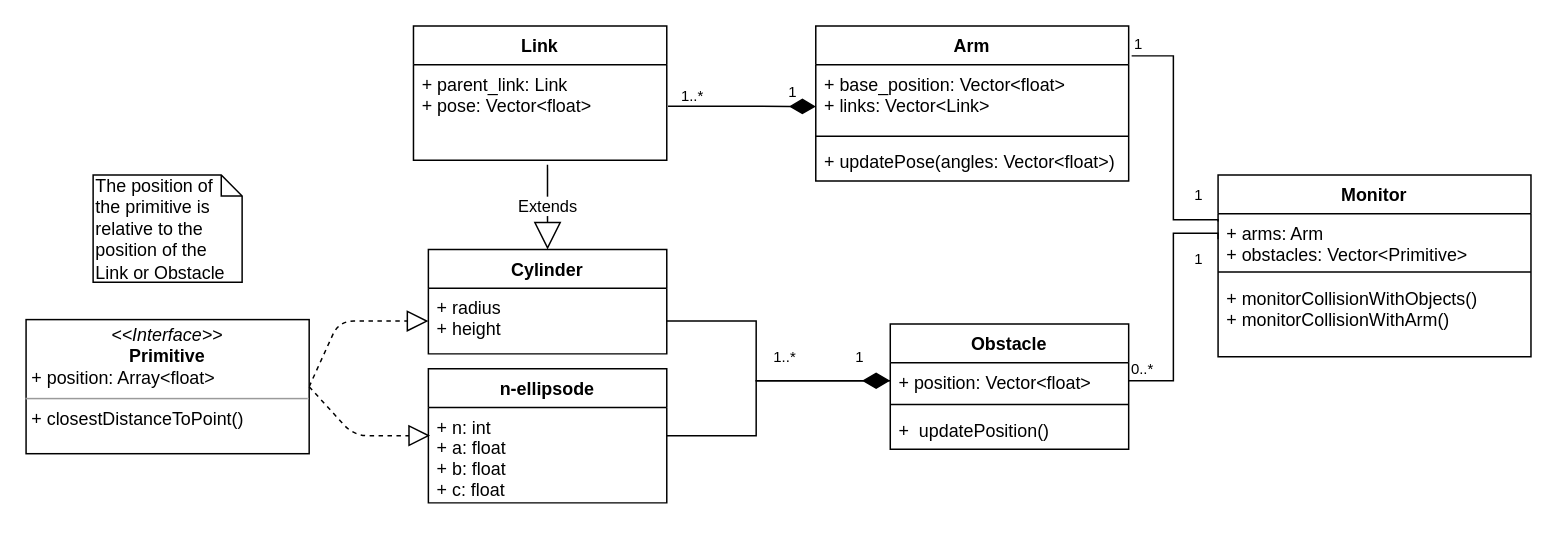
This is UML Diagrams/UML_diagram_SDP.drawio from HBRS-SDP/sdp_ss20_collision_monitoring_for_robotic_manipulators, a draw.io file, before an edit. Source tidied: cells renumbered, new cells numbered last; positions are measured from the earlier drawing's top-left corner, leaving out a move shared by most shapes. Both pictures are drawn from the tidied source at 149%, with x=0, y=0 at pixel (25, 25).
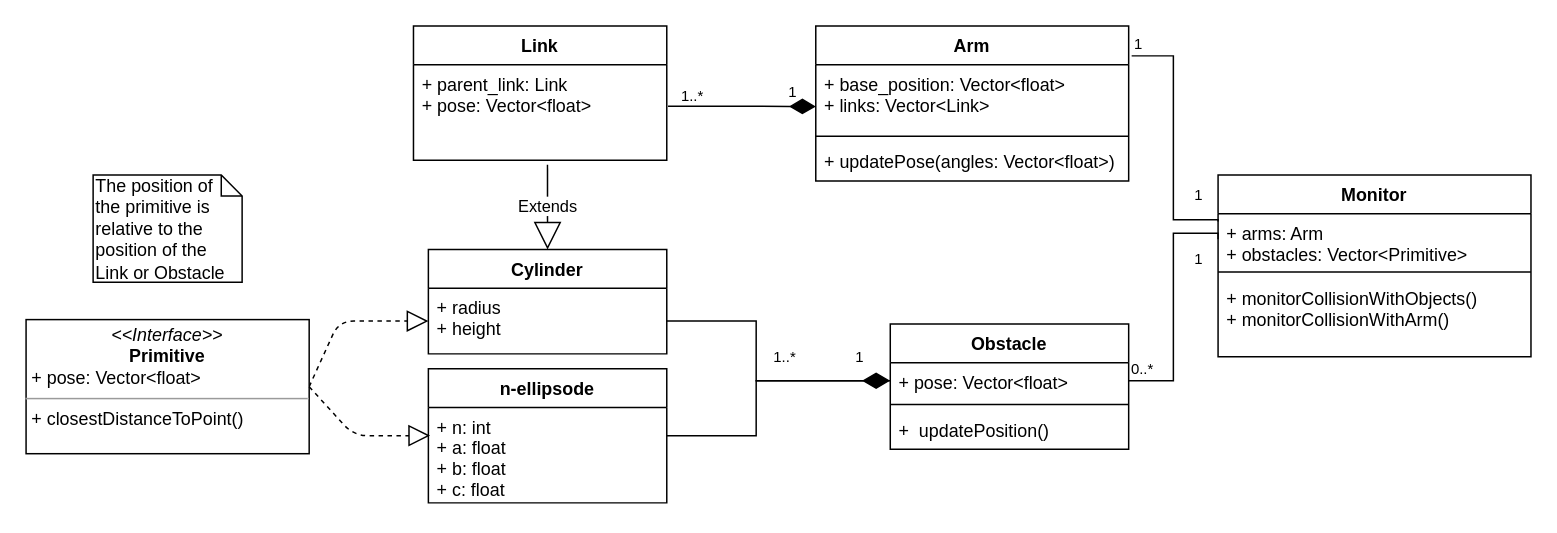
The same page after the edit.

Commit message (it also covers changes not shown here):
made UML diagram consistent

Unchanged cells that the change refers to:
```xml
<mxCell id="20" value="Obstacle" style="swimlane;fontStyle=1;align=center;verticalAlign=top;horizontal=1;startSize=26;" parent="1" vertex="1">
  <mxGeometry x="580" y="200" width="160" height="84" as="geometry" />
</mxCell>
```

What changed in the source:
```diff
@@
-    <mxCell id="14" value="&lt;p style=&quot;margin: 0px ; margin-top: 4px ; text-align: center&quot;&gt;&lt;i&gt;&amp;lt;&amp;lt;Interface&amp;gt;&amp;gt;&lt;/i&gt;&lt;br&gt;&lt;b&gt;Primitive&lt;/b&gt;&lt;/p&gt;&lt;p style=&quot;margin: 0px ; margin-left: 4px&quot;&gt;+ position: Array&amp;lt;float&amp;gt;&lt;/p&gt;&lt;hr size=&quot;1&quot;&gt;&lt;p style=&quot;margin: 0px ; margin-left: 4px&quot;&gt;+ closestDistanceToPoint()&lt;/p&gt;" style="verticalAlign=top;align=left;overflow=fill;fontSize=12;fontFamily=Helvetica;html=1;" parent="1" vertex="1">
+    <mxCell id="14" value="&lt;p style=&quot;margin: 0px ; margin-top: 4px ; text-align: center&quot;&gt;&lt;i&gt;&amp;lt;&amp;lt;Interface&amp;gt;&amp;gt;&lt;/i&gt;&lt;br&gt;&lt;b&gt;Primitive&lt;/b&gt;&lt;/p&gt;&lt;p style=&quot;margin: 0px ; margin-left: 4px&quot;&gt;+ pose: Vector&amp;lt;float&amp;gt;&lt;/p&gt;&lt;hr size=&quot;1&quot;&gt;&lt;p style=&quot;margin: 0px ; margin-left: 4px&quot;&gt;+ closestDistanceToPoint()&lt;/p&gt;" style="verticalAlign=top;align=left;overflow=fill;fontSize=12;fontFamily=Helvetica;html=1;" parent="1" vertex="1">
       <mxGeometry y="197" width="190" height="90" as="geometry" />
     </mxCell>
@@
-    <mxCell id="21" value="+ position: Vector&lt;float&gt;" style="text;strokeColor=none;fillColor=none;align=left;verticalAlign=top;spacingLeft=4;spacingRight=4;overflow=hidden;points=[[0,0.5],[1,0.5]];portConstraint=eastwest;" parent="20" vertex="1">
+    <mxCell id="21" value="+ pose: Vector&lt;float&gt;" style="text;strokeColor=none;fillColor=none;align=left;verticalAlign=top;spacingLeft=4;spacingRight=4;overflow=hidden;points=[[0,0.5],[1,0.5]];portConstraint=eastwest;" parent="20" vertex="1">
       <mxGeometry y="26" width="160" height="24" as="geometry" />
     </mxCell>
```
